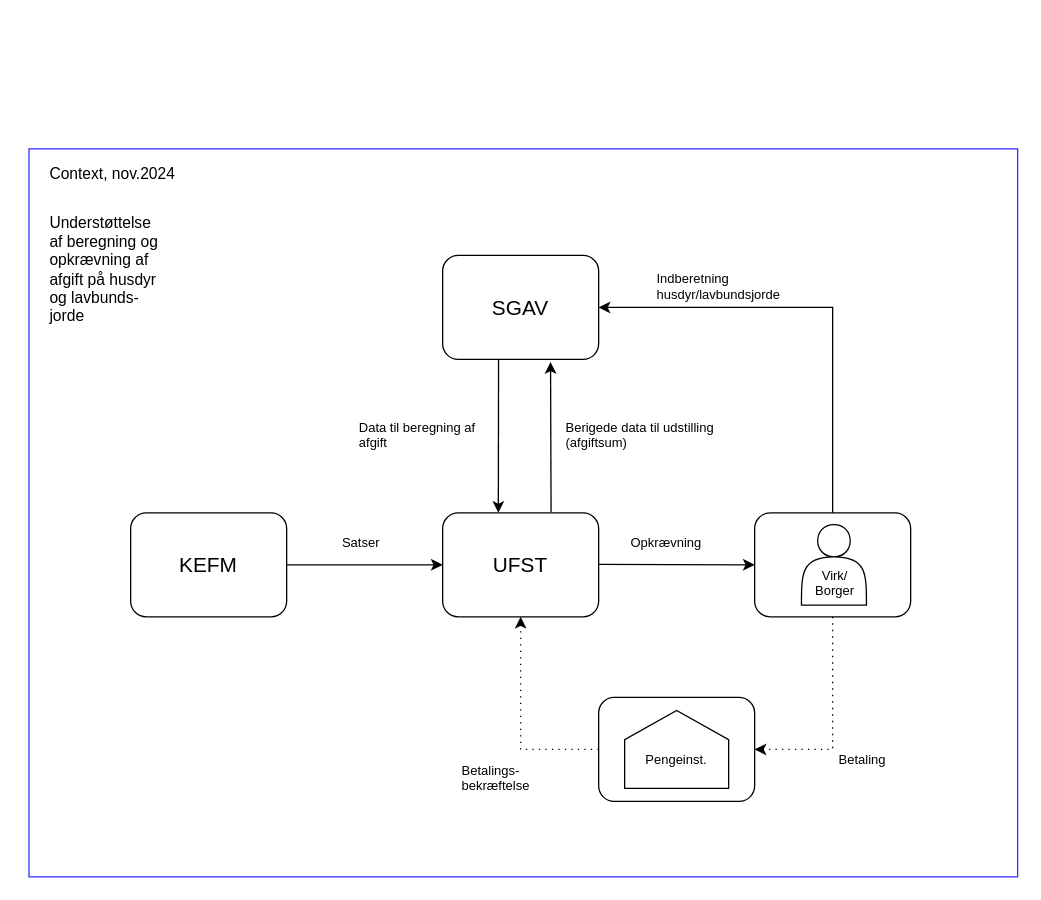
The draw.io diagram Kontekst G.drawio in Zaladk/drawio, before the edit. Source tidied: cells renumbered, new cells numbered last; positions are measured from the earlier drawing's top-left corner, leaving out a move shared by most shapes. Both pictures are drawn from the tidied source at 130%, with x=0, y=0 at pixel (29, 148).
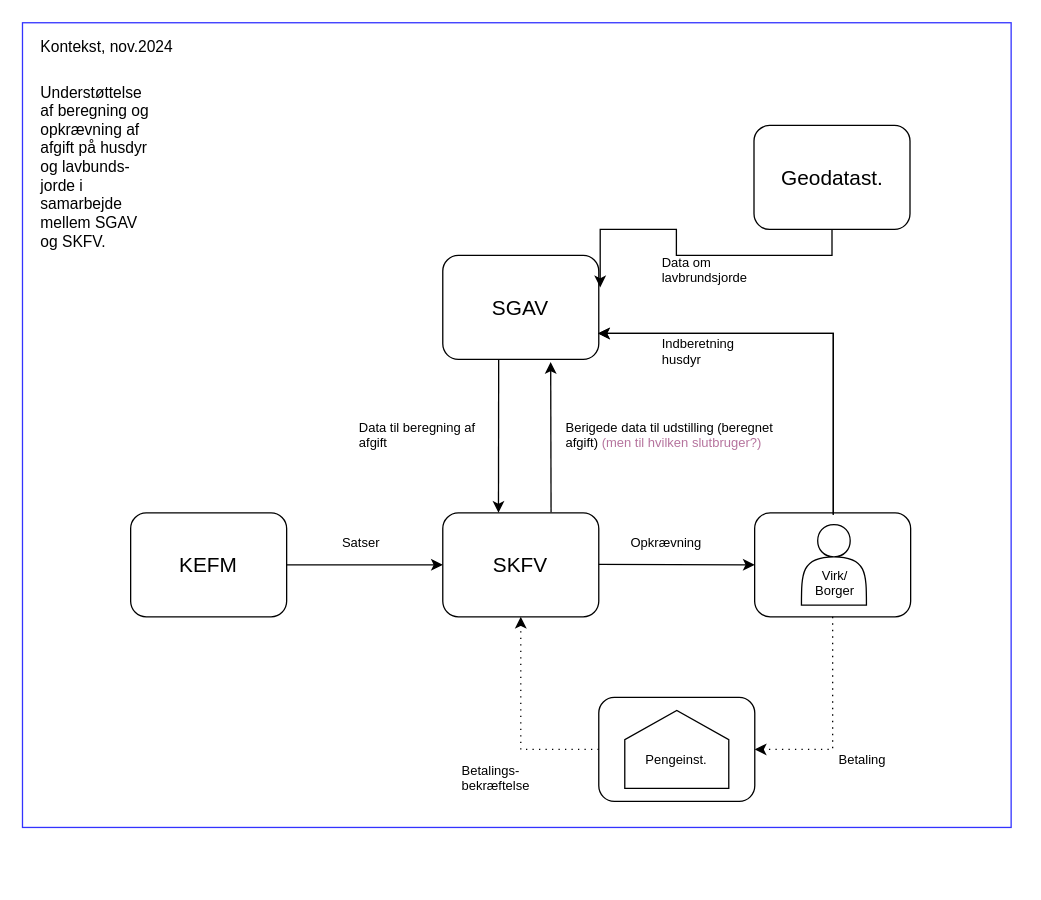
Above is the later version.

Unchanged cells that the change refers to:
```xml
<mxCell id="2" style="rounded=1;whiteSpace=wrap;html=1;fontSize=16;fillColor=none;gradientColor=none;fillStyle=auto;" parent="1" vertex="1">
  <mxGeometry x="558" y="280" width="120" height="80" as="geometry" />
</mxCell>
```

Change to the diagram source:
```diff
@@
     <mxCell id="3" style="rounded=0;whiteSpace=wrap;html=1;fillColor=none;strokeColor=#3333FF;" parent="1" vertex="1">
-      <mxGeometry x="-0.2" width="760.5" height="560" as="geometry" />
+      <mxGeometry x="-5.2" y="-97" width="760.5" height="619" as="geometry" />
     </mxCell>
     <mxCell id="4" value="SGAV" style="rounded=1;whiteSpace=wrap;html=1;fontSize=16;align=center;" parent="1" vertex="1">
-      <mxGeometry x="318" y="82" width="120" height="80" as="geometry" />
+      <mxGeometry x="318.1" y="82" width="120" height="80" as="geometry" />
     </mxCell>
-    <mxCell id="5" value="UFST" style="rounded=1;whiteSpace=wrap;html=1;fontSize=16;align=center;" parent="1" vertex="1">
-      <mxGeometry x="318" y="280" width="120" height="80" as="geometry" />
+    <mxCell id="5" value="SKFV" style="rounded=1;whiteSpace=wrap;html=1;fontSize=16;align=center;" parent="1" vertex="1">
+      <mxGeometry x="318.1" y="280" width="120" height="80" as="geometry" />
     </mxCell>
@@
-    <mxCell id="9" style="edgeStyle=orthogonalEdgeStyle;rounded=0;jettySize=auto;html=1;entryX=1;entryY=0.5;entryDx=0;entryDy=0;" parent="1" edge="1" source="2" target="4">
+    <mxCell id="9" style="edgeStyle=orthogonalEdgeStyle;rounded=0;orthogonalLoop=1;jettySize=auto;html=1;entryX=0.993;entryY=0.733;entryDx=0;entryDy=0;entryPerimeter=0;curved=0;" parent="1" edge="1">
       <mxGeometry relative="1" as="geometry">
+        <mxPoint x="618.5" y="281.4" as="sourcePoint" />
+        <mxPoint x="437.6" y="142" as="targetPoint" />
         <Array as="points">
-          <mxPoint x="618" y="122" />
+          <mxPoint x="618.4" y="142.4" />
         </Array>
       </mxGeometry>
     </mxCell>
     <mxCell id="10" style="rounded=0;jettySize=auto;html=1;entryX=0.357;entryY=-0.001;entryDx=0;entryDy=0;entryPerimeter=0;" parent="1" edge="1" target="5">
       <mxGeometry relative="1" as="geometry">
-        <mxPoint x="361" y="162" as="sourcePoint" />
+        <mxPoint x="361.1" y="162" as="sourcePoint" />
       </mxGeometry>
     </mxCell>
     <mxCell id="11" style="rounded=0;orthogonalLoop=1;jettySize=auto;html=1;startArrow=classic;startFill=1;endArrow=none;endFill=0;entryX=0.695;entryY=-0.031;entryDx=0;entryDy=0;entryPerimeter=0;" parent="1" edge="1">
       <mxGeometry relative="1" as="geometry">
-        <mxPoint x="401" y="164" as="sourcePoint" />
+        <mxPoint x="401.1" y="164" as="sourcePoint" />
         <mxPoint x="401.4" y="279.5" as="targetPoint" />
       </mxGeometry>
     </mxCell>
     <mxCell id="12" style="rounded=1;whiteSpace=wrap;html=1;fontSize=16;fillColor=none;gradientColor=none;fillStyle=auto;" parent="1" vertex="1">
-      <mxGeometry x="438" y="422" width="120" height="80" as="geometry" />
+      <mxGeometry x="438.1" y="422" width="120" height="80" as="geometry" />
     </mxCell>
     <mxCell id="13" style="shape=offPageConnector;whiteSpace=wrap;html=1;rotation=-180;" parent="1" vertex="1">
-      <mxGeometry x="458" y="432" width="80" height="60" as="geometry" />
+      <mxGeometry x="458.1" y="432" width="80" height="60" as="geometry" />
     </mxCell>
@@
     <mxCell id="16" value="Pengeinst." style="rounded=0;whiteSpace=wrap;html=1;strokeColor=none;fillColor=none;fontSize=10;" parent="1" vertex="1">
-      <mxGeometry x="437.5" y="460" width="120" height="20" as="geometry" />
+      <mxGeometry x="437.6" y="460" width="120" height="20" as="geometry" />
     </mxCell>
@@
-    <mxCell id="18" value="Understøttelse af beregning og opkrævning af afgift på husdyr og lavbunds-jorde" style="rounded=0;whiteSpace=wrap;html=1;strokeColor=none;align=left;" parent="1" vertex="1">
-      <mxGeometry x="14" y="43" width="87" height="100" as="geometry" />
+    <mxCell id="18" value="Understøttelse af beregning og opkrævning af afgift på husdyr og lavbunds-jorde i samarbejde mellem SGAV og SKFV." style="rounded=0;whiteSpace=wrap;html=1;strokeColor=none;align=left;" parent="1" vertex="1">
+      <mxGeometry x="6.8" y="-55" width="87" height="137" as="geometry" />
     </mxCell>
     <mxCell id="19" style="rounded=0;jettySize=auto;html=1;strokeWidth=1;entryX=0;entryY=0.5;entryDx=0;entryDy=0;" parent="1" edge="1" target="2">
       <mxGeometry relative="1" as="geometry">
-        <mxPoint x="438" y="319.7" as="sourcePoint" />
+        <mxPoint x="438.1" y="319.7" as="sourcePoint" />
       </mxGeometry>
     </mxCell>
     <mxCell id="20" value="Opkrævning" style="rounded=0;whiteSpace=wrap;html=1;strokeColor=none;align=left;fontSize=10;" parent="1" vertex="1">
-      <mxGeometry x="461" y="293" width="75" height="20" as="geometry" />
+      <mxGeometry x="461.1" y="293" width="75" height="20" as="geometry" />
     </mxCell>
@@
-    <mxCell id="22" value="Indberetning husdyr/lavbundsjorde" style="rounded=0;whiteSpace=wrap;html=1;strokeColor=none;align=left;fontSize=10;" parent="1" vertex="1">
-      <mxGeometry x="481" y="96" width="75" height="20" as="geometry" />
+    <mxCell id="22" value="Indberetning husdyr" style="rounded=0;whiteSpace=wrap;html=1;strokeColor=none;align=left;fontSize=10;" parent="1" vertex="1">
+      <mxGeometry x="485.1" y="146" width="75" height="20" as="geometry" />
     </mxCell>
     <mxCell id="23" value="Betalings- bekræftelse" style="rounded=0;whiteSpace=wrap;html=1;strokeColor=none;align=left;fontSize=10;" parent="1" vertex="1">
-      <mxGeometry x="331" y="464" width="75" height="40" as="geometry" />
+      <mxGeometry x="331.1" y="464" width="75" height="40" as="geometry" />
     </mxCell>
     <mxCell id="24" value="Satser" style="rounded=0;whiteSpace=wrap;html=1;strokeColor=none;align=left;fontSize=10;" parent="1" vertex="1">
-      <mxGeometry x="239" y="293" width="42" height="20" as="geometry" />
+      <mxGeometry x="239.1" y="293" width="42" height="20" as="geometry" />
     </mxCell>
-    <mxCell id="25" value="Berigede data til udstilling (afgiftsum)" style="rounded=0;whiteSpace=wrap;html=1;strokeColor=none;align=left;fontSize=10;" parent="1" vertex="1">
-      <mxGeometry x="411" y="210" width="130" height="20" as="geometry" />
+    <mxCell id="25" value="Berigede data til udstilling (beregnet afgift) &lt;font color=&quot;#b5739d&quot;&gt;(men til hvilken slutbruger?)&lt;/font&gt;" style="rounded=0;whiteSpace=wrap;html=1;strokeColor=none;align=left;fontSize=10;" parent="1" vertex="1">
+      <mxGeometry x="411.1" y="210" width="162.8" height="20" as="geometry" />
     </mxCell>
     <mxCell id="26" value="Data til beregning af afgift" style="rounded=0;whiteSpace=wrap;html=1;strokeColor=none;align=left;fontSize=10;" parent="1" vertex="1">
-      <mxGeometry x="252" y="210" width="100" height="20" as="geometry" />
+      <mxGeometry x="252.1" y="210" width="100" height="20" as="geometry" />
     </mxCell>
-    <mxCell id="27" value="Context, nov.2024" style="rounded=0;whiteSpace=wrap;html=1;strokeColor=none;align=left;" parent="1" vertex="1">
-      <mxGeometry x="14" y="10" width="117" height="20" as="geometry" />
+    <mxCell id="27" value="Kontekst, nov.2024" style="rounded=0;whiteSpace=wrap;html=1;strokeColor=none;align=left;" parent="1" vertex="1">
+      <mxGeometry x="6.8" y="-88" width="117" height="20" as="geometry" />
     </mxCell>
+    <mxCell id="28" value="Geodatast." style="rounded=1;whiteSpace=wrap;html=1;fontSize=16;align=center;" parent="1" vertex="1">
+      <mxGeometry x="557.5" y="-18" width="120" height="80" as="geometry" />
+    </mxCell>
+    <mxCell id="29" style="edgeStyle=orthogonalEdgeStyle;rounded=0;jettySize=auto;html=1;entryX=1.009;entryY=0.307;entryDx=0;entryDy=0;entryPerimeter=0;exitX=0.5;exitY=1;exitDx=0;exitDy=0;curved=0;" parent="1" edge="1" source="28" target="4">
+      <mxGeometry relative="1" as="geometry" />
+    </mxCell>
+    <mxCell id="30" value="Data om lavbrundsjorde" style="rounded=0;whiteSpace=wrap;html=1;strokeColor=none;align=left;fontSize=10;" parent="1" vertex="1">
+      <mxGeometry x="485.1" y="83" width="75" height="20" as="geometry" />
+    </mxCell>
+    <mxCell id="31" style="edgeStyle=orthogonalEdgeStyle;rounded=0;orthogonalLoop=1;jettySize=auto;html=1;entryX=0.993;entryY=0.733;entryDx=0;entryDy=0;entryPerimeter=0;curved=0;" parent="1" edge="1">
+      <mxGeometry relative="1" as="geometry">
+        <mxPoint x="618.5" y="281.4" as="sourcePoint" />
+        <mxPoint x="437.6" y="142" as="targetPoint" />
+        <Array as="points">
+          <mxPoint x="618.8" y="142" />
+        </Array>
+      </mxGeometry>
+    </mxCell>
```
